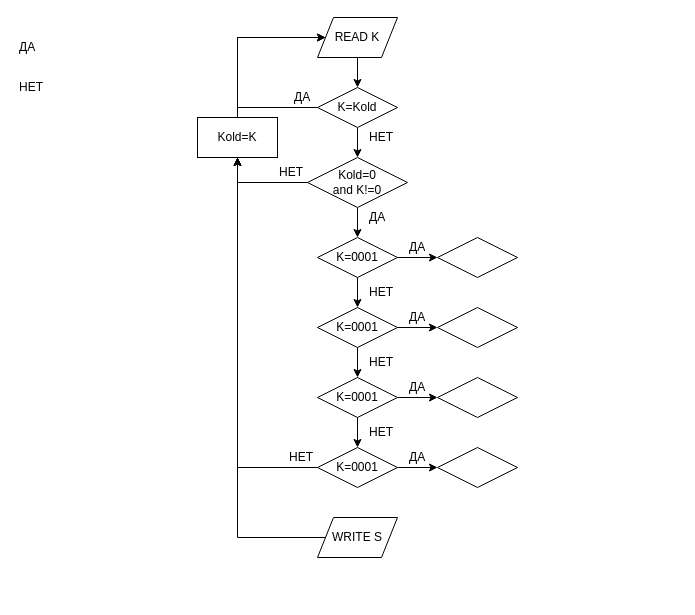
DMfananddu/SP_KR keeps this draw.io diagram as zhopa.drawio. Above is the earlier version. Source tidied: cells renumbered, new cells numbered last; positions are measured from the earlier drawing's top-left corner, leaving out a move shared by most shapes. Both pictures are drawn from the tidied source at 100%, with x=0, y=0 at pixel (17, 17).
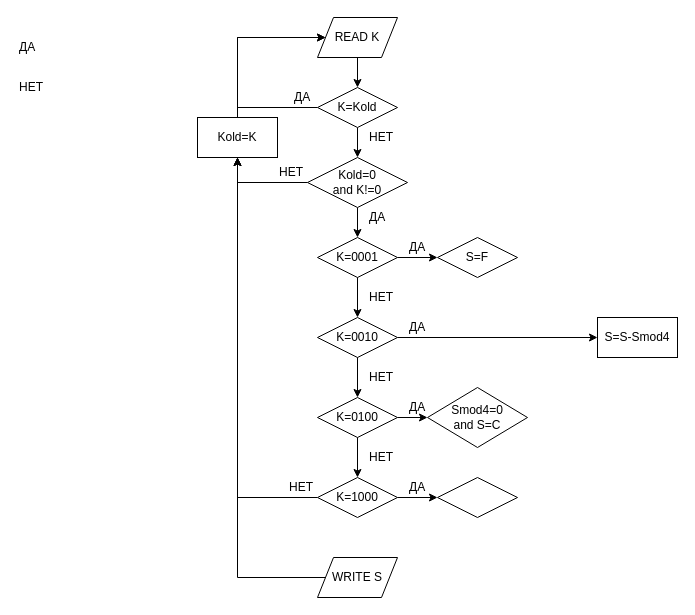
After the change.

Change to the diagram source:
```diff
@@
-    <mxCell id="22" value="K=0001" style="rhombus;whiteSpace=wrap;html=1;" parent="1" vertex="1">
-      <mxGeometry x="300" y="290" width="80" height="40" as="geometry" />
+    <mxCell id="22" value="K=0010" style="rhombus;whiteSpace=wrap;html=1;" parent="1" vertex="1">
+      <mxGeometry x="300" y="300" width="80" height="40" as="geometry" />
     </mxCell>
     <mxCell id="23" value="НЕТ" style="text;html=1;align=left;verticalAlign=top;spacingTop=-4;" parent="1" vertex="1">
-      <mxGeometry x="350" y="265" width="40" height="20" as="geometry" />
+      <mxGeometry x="350" y="270" width="40" height="20" as="geometry" />
     </mxCell>
@@
-    <mxCell id="26" value="K=0001" style="rhombus;whiteSpace=wrap;html=1;" parent="1" vertex="1">
-      <mxGeometry x="300" y="360" width="80" height="40" as="geometry" />
+    <mxCell id="26" value="K=0100" style="rhombus;whiteSpace=wrap;html=1;" parent="1" vertex="1">
+      <mxGeometry x="300" y="380" width="80" height="40" as="geometry" />
     </mxCell>
     <mxCell id="27" value="НЕТ" style="text;html=1;align=left;verticalAlign=top;spacingTop=-4;" parent="1" vertex="1">
-      <mxGeometry x="350" y="335" width="40" height="20" as="geometry" />
+      <mxGeometry x="350" y="350" width="40" height="20" as="geometry" />
     </mxCell>
@@
-    <mxCell id="31" value="K=0001" style="rhombus;whiteSpace=wrap;html=1;" parent="1" vertex="1">
-      <mxGeometry x="300" y="430" width="80" height="40" as="geometry" />
+    <mxCell id="31" value="K=1000" style="rhombus;whiteSpace=wrap;html=1;" parent="1" vertex="1">
+      <mxGeometry x="300" y="460" width="80" height="40" as="geometry" />
     </mxCell>
     <mxCell id="32" value="НЕТ" style="text;html=1;align=left;verticalAlign=top;spacingTop=-4;" parent="1" vertex="1">
-      <mxGeometry x="350" y="405" width="40" height="20" as="geometry" />
+      <mxGeometry x="350" y="430" width="40" height="20" as="geometry" />
     </mxCell>
     <mxCell id="33" value="НЕТ" style="text;html=1;align=left;verticalAlign=top;spacingTop=-4;" parent="1" vertex="1">
-      <mxGeometry x="270" y="430" width="40" height="20" as="geometry" />
+      <mxGeometry x="270" y="460" width="40" height="20" as="geometry" />
     </mxCell>
@@
     <mxCell id="35" value="WRITE S" style="shape=parallelogram;perimeter=parallelogramPerimeter;whiteSpace=wrap;html=1;" parent="1" vertex="1">
-      <mxGeometry x="300" y="500" width="80" height="40" as="geometry" />
+      <mxGeometry x="300" y="540" width="80" height="40" as="geometry" />
     </mxCell>
-    <mxCell id="36" style="rhombus;whiteSpace=wrap;html=1;" parent="1" vertex="1">
+    <mxCell id="36" value="S=F" style="rhombus;whiteSpace=wrap;html=1;" parent="1" vertex="1">
       <mxGeometry x="420" y="220" width="80" height="40" as="geometry" />
     </mxCell>
-    <mxCell id="37" style="rhombus;whiteSpace=wrap;html=1;" parent="1" vertex="1">
-      <mxGeometry x="420" y="290" width="80" height="40" as="geometry" />
+    <mxCell id="37" value="S=S-Smod4" style="rounded=0;whiteSpace=wrap;html=1;" parent="1" vertex="1">
+      <mxGeometry x="580" y="300" width="80" height="40" as="geometry" />
     </mxCell>
-    <mxCell id="38" style="rhombus;whiteSpace=wrap;html=1;" parent="1" vertex="1">
-      <mxGeometry x="420" y="360" width="80" height="40" as="geometry" />
+    <mxCell id="38" value="Smod4=0&lt;br&gt;and S=C" style="rhombus;whiteSpace=wrap;html=1;" parent="1" vertex="1">
+      <mxGeometry x="410" y="370" width="100" height="60" as="geometry" />
     </mxCell>
     <mxCell id="39" style="rhombus;whiteSpace=wrap;html=1;" parent="1" vertex="1">
-      <mxGeometry x="420" y="430" width="80" height="40" as="geometry" />
+      <mxGeometry x="420" y="460" width="80" height="40" as="geometry" />
     </mxCell>
@@
     <mxCell id="41" value="ДА" style="text;html=1;align=left;verticalAlign=top;spacingTop=-4;" parent="1" vertex="1">
-      <mxGeometry x="390" y="290" width="30" height="20" as="geometry" />
+      <mxGeometry x="390" y="300" width="30" height="20" as="geometry" />
     </mxCell>
     <mxCell id="42" value="ДА" style="text;html=1;align=left;verticalAlign=top;spacingTop=-4;" parent="1" vertex="1">
-      <mxGeometry x="390" y="360" width="30" height="20" as="geometry" />
+      <mxGeometry x="390" y="380" width="30" height="20" as="geometry" />
     </mxCell>
     <mxCell id="43" value="ДА" style="text;html=1;align=left;verticalAlign=top;spacingTop=-4;" parent="1" vertex="1">
-      <mxGeometry x="390" y="430" width="30" height="20" as="geometry" />
+      <mxGeometry x="390" y="460" width="30" height="20" as="geometry" />
     </mxCell>
```
